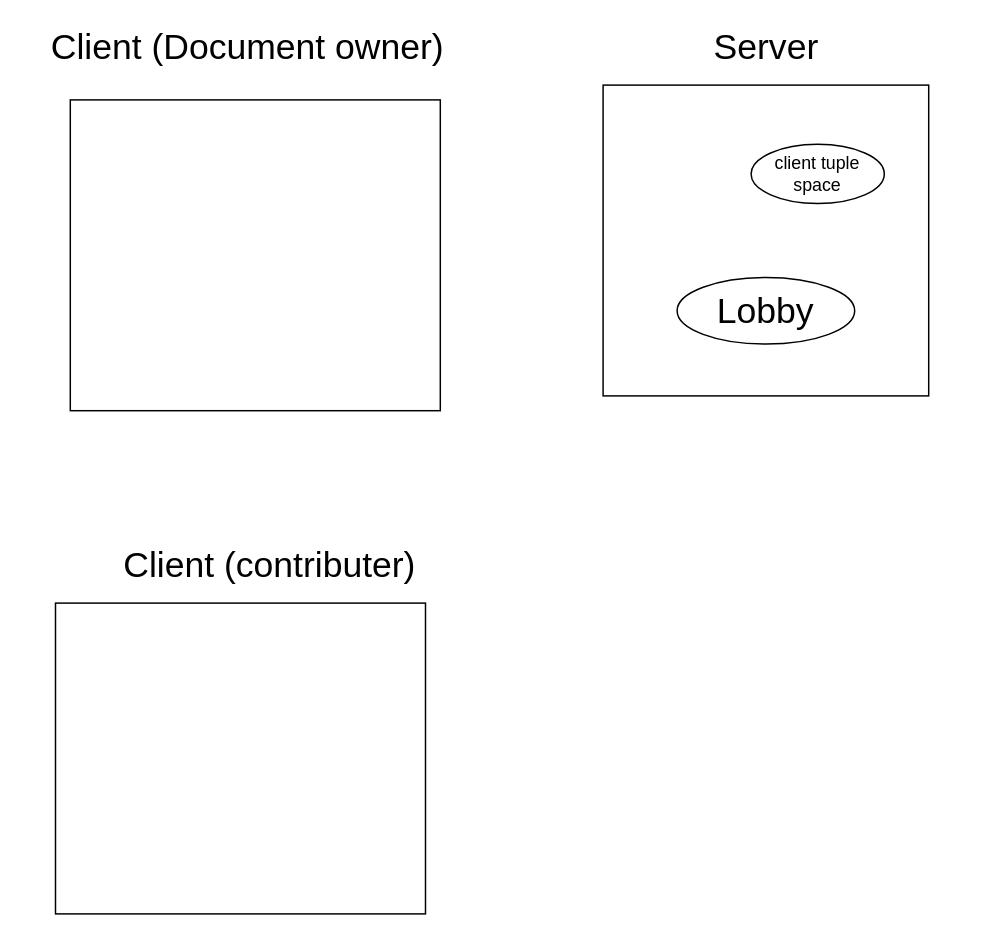
HLLissau/Mandelbroth keeps this draw.io diagram as Program overview.drawio. Above is the earlier version. Source tidied: cells renumbered, new cells numbered last; positions are measured from the earlier drawing's top-left corner, leaving out a move shared by most shapes. Both pictures are drawn from the tidied source at 148%, with x=0, y=0 at pixel (25, 25).
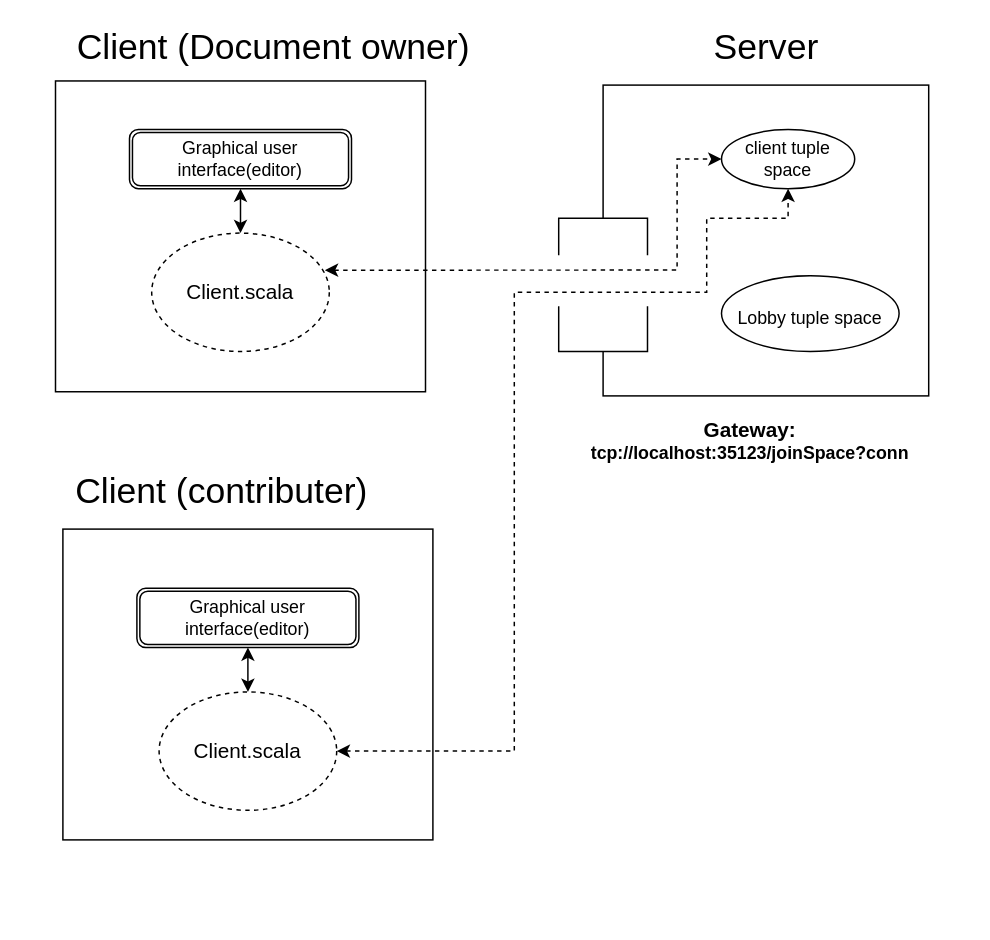
The same page after the edit.

The edit, as a diff of the source:
```diff
@@
     <mxCell id="2" style="rounded=0;whiteSpace=wrap;html=1;" parent="1" vertex="1">
-      <mxGeometry x="20" y="390" width="250" height="210" as="geometry" />
+      <mxGeometry x="25" y="340" width="250" height="210" as="geometry" />
     </mxCell>
     <mxCell id="3" value="&lt;div style=&quot;font-size: 24px&quot;&gt;&lt;font style=&quot;font-size: 24px&quot;&gt;Client (Document owner) &lt;br&gt;&lt;/font&gt;&lt;/div&gt;" style="text;html=1;strokeColor=none;fillColor=none;align=center;verticalAlign=middle;whiteSpace=wrap;rounded=0;" parent="1" vertex="1">
-      <mxGeometry width="300" height="30" as="geometry" />
+      <mxGeometry x="25" width="285" height="30" as="geometry" />
     </mxCell>
@@
     <mxCell id="6" style="rounded=0;whiteSpace=wrap;html=1;" parent="1" vertex="1">
-      <mxGeometry x="30" y="50" width="250" height="210" as="geometry" />
+      <mxGeometry x="20" y="37.2" width="250" height="210" as="geometry" />
     </mxCell>
     <mxCell id="7" value="&lt;div style=&quot;font-size: 24px&quot;&gt;&lt;font style=&quot;font-size: 24px&quot;&gt;Client (contributer) &lt;br&gt;&lt;/font&gt;&lt;/div&gt;" style="text;html=1;strokeColor=none;fillColor=none;align=center;verticalAlign=middle;whiteSpace=wrap;rounded=0;" parent="1" vertex="1">
-      <mxGeometry x="20" y="350" width="290" height="30" as="geometry" />
+      <mxGeometry x="25" y="300" width="215" height="30" as="geometry" />
     </mxCell>
-    <mxCell id="8" value="Lobby" style="ellipse;whiteSpace=wrap;html=1;fontSize=24;" parent="1" vertex="1">
-      <mxGeometry x="440" y="170" width="120" height="45" as="geometry" />
+    <mxCell id="8" value="&lt;font style=&quot;font-size: 12px&quot;&gt;Lobby&lt;/font&gt;&lt;font style=&quot;font-size: 12px&quot;&gt; tuple space&lt;/font&gt;" style="ellipse;whiteSpace=wrap;html=1;fontSize=24;" parent="1" vertex="1">
+      <mxGeometry x="470" y="168.8" width="120" height="51.2" as="geometry" />
     </mxCell>
     <mxCell id="9" value="&lt;div style=&quot;font-size: 12px&quot;&gt;client tuple space&lt;/div&gt;" style="ellipse;whiteSpace=wrap;html=1;fontSize=24;" parent="1" vertex="1">
-      <mxGeometry x="490" y="80" width="90" height="40" as="geometry" />
+      <mxGeometry x="470" y="70" width="90" height="40" as="geometry" />
     </mxCell>
+    <mxCell id="10" style="edgeStyle=orthogonalEdgeStyle;rounded=0;jettySize=auto;html=1;fontSize=12;startArrow=classic;startFill=1;" parent="1" edge="1" source="11">
+      <mxGeometry relative="1" as="geometry">
+        <mxPoint x="145" y="140" as="targetPoint" />
+      </mxGeometry>
+    </mxCell>
+    <mxCell id="11" value="&lt;div&gt;Graphical user interface(editor)&lt;/div&gt;" style="shape=ext;double=1;rounded=1;whiteSpace=wrap;html=1;fontSize=12;" parent="1" vertex="1">
+      <mxGeometry x="70" y="70" width="150" height="40" as="geometry" />
+    </mxCell>
+    <mxCell id="12" style="edgeStyle=orthogonalEdgeStyle;rounded=0;jettySize=auto;html=1;entryX=0.5;entryY=0;entryDx=0;entryDy=0;fontSize=12;startArrow=classic;startFill=1;" parent="1" edge="1" source="13">
+      <mxGeometry relative="1" as="geometry">
+        <mxPoint x="150" y="450" as="targetPoint" />
+      </mxGeometry>
+    </mxCell>
+    <mxCell id="13" value="&lt;div&gt;Graphical user interface(editor)&lt;/div&gt;" style="shape=ext;double=1;rounded=1;whiteSpace=wrap;html=1;fontSize=12;" parent="1" vertex="1">
+      <mxGeometry x="75" y="380" width="150" height="40" as="geometry" />
+    </mxCell>
+    <mxCell id="14" style="shape=partialRectangle;whiteSpace=wrap;html=1;bottom=1;right=1;left=1;top=0;fillColor=#FFFFFF;routingCenterX=-0.5;fontSize=12;" parent="1" vertex="1">
+      <mxGeometry x="360" y="190" width="60" height="30" as="geometry" />
+    </mxCell>
+    <mxCell id="15" style="shape=partialRectangle;whiteSpace=wrap;html=1;bottom=1;right=1;left=1;top=0;fillColor=#FFFFFF;routingCenterX=-0.5;fontSize=12;rotation=-180;" parent="1" vertex="1">
+      <mxGeometry x="360" y="130" width="60" height="24.4" as="geometry" />
+    </mxCell>
+    <mxCell id="16" style="shape=ext;double=1;rounded=0;whiteSpace=wrap;html=1;fontSize=12;strokeColor=#FFFFFF;fillColor=#FFFFFF;" parent="1" vertex="1">
+      <mxGeometry x="380" y="140" width="20" height="60" as="geometry" />
+    </mxCell>
+    <mxCell id="17" style="edgeStyle=orthogonalEdgeStyle;rounded=0;jettySize=auto;html=1;fontSize=12;startArrow=classic;startFill=1;entryX=0.5;entryY=1;entryDx=0;entryDy=0;exitX=1;exitY=0.5;exitDx=0;exitDy=0;dashed=1;" parent="1" edge="1" source="21" target="9">
+      <mxGeometry relative="1" as="geometry">
+        <Array as="points">
+          <mxPoint x="330" y="490" />
+          <mxPoint x="330" y="180" />
+          <mxPoint x="460" y="180" />
+          <mxPoint x="460" y="130" />
+          <mxPoint x="515" y="130" />
+        </Array>
+      </mxGeometry>
+    </mxCell>
+    <mxCell id="18" style="edgeStyle=orthogonalEdgeStyle;rounded=0;jettySize=auto;html=1;entryX=0;entryY=0.5;entryDx=0;entryDy=0;fontSize=12;startArrow=classic;startFill=1;dashed=1;exitX=0.975;exitY=0.313;exitDx=0;exitDy=0;exitPerimeter=0;" parent="1" edge="1" source="20" target="9">
+      <mxGeometry relative="1" as="geometry">
+        <Array as="points">
+          <mxPoint x="440" y="165" />
+          <mxPoint x="440" y="90" />
+        </Array>
+      </mxGeometry>
+    </mxCell>
+    <mxCell id="19" value="&lt;div style=&quot;font-size: 14px&quot;&gt;&lt;font style=&quot;font-size: 14px&quot;&gt;Gateway&lt;/font&gt;:&lt;/div&gt;&lt;div style=&quot;font-size: 12px&quot;&gt; tcp://localhost:35123/joinSpace?conn&lt;span style=&quot;color: #6a8759&quot;&gt;&lt;/span&gt;&lt;/div&gt;" style="text;strokeColor=none;fillColor=none;html=1;fontSize=24;fontStyle=1;verticalAlign=middle;align=center;" parent="1" vertex="1">
+      <mxGeometry x="344" y="260" width="290" height="40" as="geometry" />
+    </mxCell>
+    <mxCell id="20" value="Client.scala" style="ellipse;whiteSpace=wrap;html=1;fontSize=14;strokeColor=#000000;fillColor=none;dashed=1;" parent="1" vertex="1">
+      <mxGeometry x="85" y="140" width="120" height="80" as="geometry" />
+    </mxCell>
+    <mxCell id="21" value="Client.scala" style="ellipse;whiteSpace=wrap;html=1;fontSize=14;strokeColor=#000000;fillColor=none;dashed=1;" parent="1" vertex="1">
+      <mxGeometry x="90" y="450" width="120" height="80" as="geometry" />
+    </mxCell>
```
